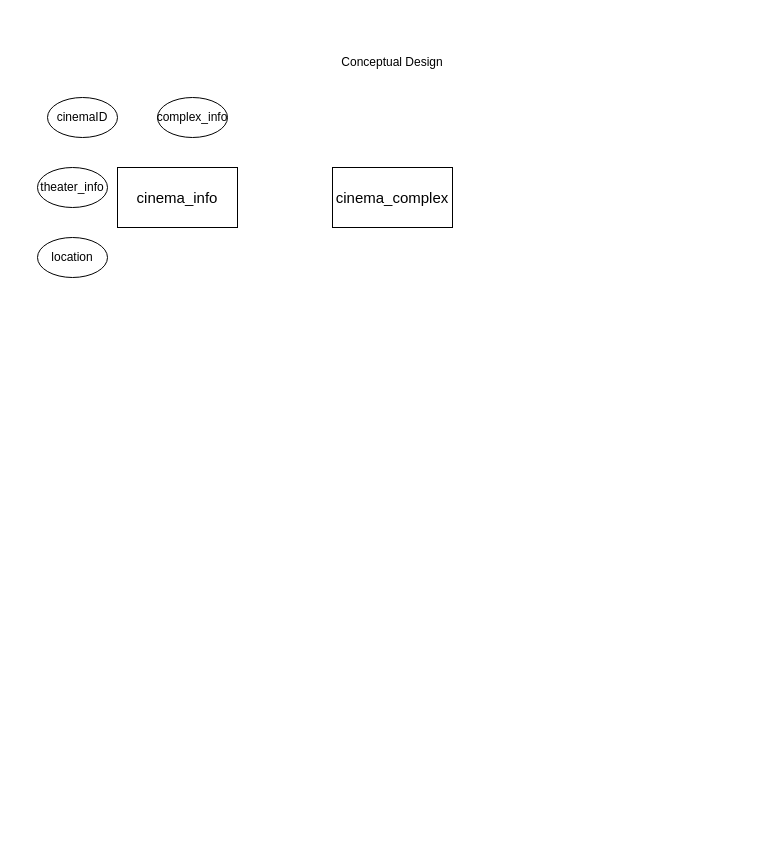
The draw.io diagram eye_candy_cinemas_casestudy.drawio in julieeesy/data_modelling_workshop, before the edit. Source tidied: cells renumbered, new cells numbered last; positions are measured from the earlier drawing's top-left corner, leaving out a move shared by most shapes. Both pictures are drawn from the tidied source at 100%, with x=0, y=0 at pixel (37, 47).
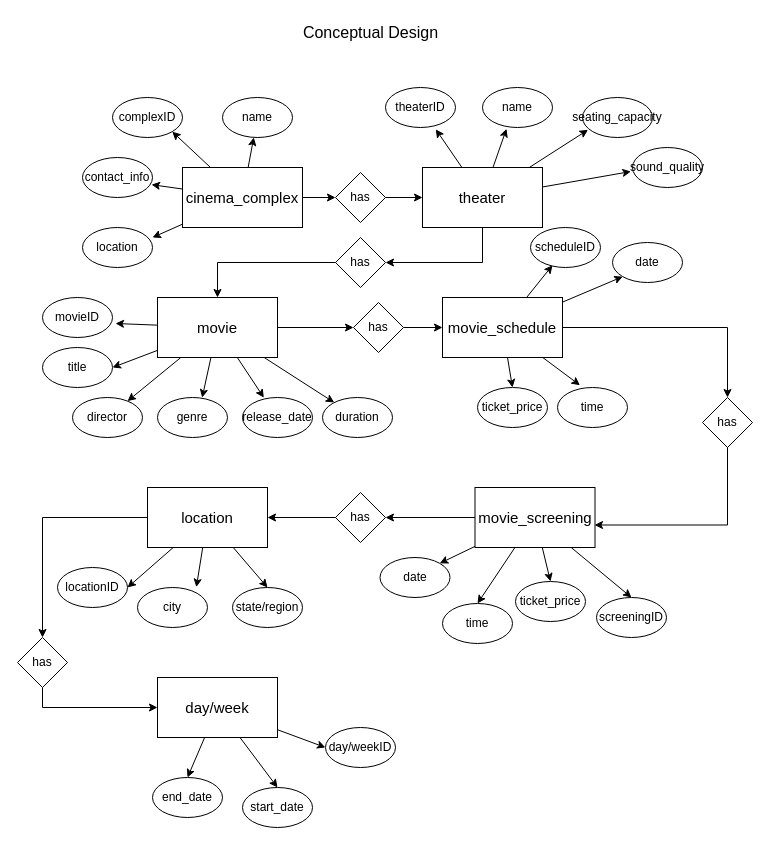
The same diagram, later.

Change to the diagram source:
```diff
@@
-    <mxCell id="2" value="Conceptual Design" style="text;html=1;strokeColor=none;fillColor=none;align=center;verticalAlign=middle;whiteSpace=wrap;rounded=0;" parent="1" vertex="1">
-      <mxGeometry x="295" width="120" height="30" as="geometry" />
+    <mxCell id="2" value="Conceptual Design" style="text;html=1;strokeColor=none;fillColor=none;align=center;verticalAlign=middle;whiteSpace=wrap;rounded=0;fontSize=16;" parent="1" vertex="1">
+      <mxGeometry x="261" y="-30" width="145" height="30" as="geometry" />
     </mxCell>
+    <mxCell id="9" style="rounded=0;jettySize=auto;html=1;" parent="1" edge="1" source="3" target="8">
+      <mxGeometry relative="1" as="geometry" />
+    </mxCell>
+    <mxCell id="10" style="rounded=0;jettySize=auto;html=1;entryX=1;entryY=1;entryDx=0;entryDy=0;" parent="1" edge="1" source="3" target="5">
+      <mxGeometry relative="1" as="geometry" />
+    </mxCell>
+    <mxCell id="11" style="rounded=0;jettySize=auto;html=1;entryX=0;entryY=0.5;entryDx=0;entryDy=0;" parent="1" edge="1" source="3" target="56">
+      <mxGeometry relative="1" as="geometry" />
+    </mxCell>
-    <mxCell id="3" value="&lt;font style=&quot;font-size: 15px;&quot;&gt;cinema_info&lt;/font&gt;" style="rounded=0;whiteSpace=wrap;html=1;" parent="1" vertex="1">
-      <mxGeometry x="80" y="120" width="120" height="60" as="geometry" />
+    <mxCell id="3" value="&lt;font style=&quot;font-size: 15px;&quot;&gt;cinema_complex&lt;/font&gt;" style="rounded=0;whiteSpace=wrap;html=1;" parent="1" vertex="1">
+      <mxGeometry x="145" y="120" width="120" height="60" as="geometry" />
     </mxCell>
+    <mxCell id="12" style="edgeStyle=orthogonalEdgeStyle;rounded=0;jettySize=auto;html=1;exitX=0.5;exitY=1;exitDx=0;exitDy=0;entryX=1;entryY=0.5;entryDx=0;entryDy=0;" parent="1" edge="1" source="4" target="62">
+      <mxGeometry relative="1" as="geometry" />
+    </mxCell>
-    <mxCell id="4" value="&lt;span style=&quot;font-size: 15px;&quot;&gt;cinema_complex&lt;/span&gt;" style="rounded=0;whiteSpace=wrap;html=1;" parent="1" vertex="1">
-      <mxGeometry x="295" y="120" width="120" height="60" as="geometry" />
+    <mxCell id="4" value="&lt;span style=&quot;font-size: 15px;&quot;&gt;theater&lt;/span&gt;" style="rounded=0;whiteSpace=wrap;html=1;" parent="1" vertex="1">
+      <mxGeometry x="385" y="120" width="120" height="60" as="geometry" />
     </mxCell>
-    <mxCell id="5" value="cinemaID" style="ellipse;whiteSpace=wrap;html=1;" parent="1" vertex="1">
-      <mxGeometry x="10" y="50" width="70" height="40" as="geometry" />
+    <mxCell id="5" value="complexID" style="ellipse;whiteSpace=wrap;html=1;" parent="1" vertex="1">
+      <mxGeometry x="75" y="50" width="70" height="40" as="geometry" />
     </mxCell>
-    <mxCell id="6" value="theater_info" style="ellipse;whiteSpace=wrap;html=1;" parent="1" vertex="1">
-      <mxGeometry y="120" width="70" height="40" as="geometry" />
+    <mxCell id="6" value="contact_info" style="ellipse;whiteSpace=wrap;html=1;" parent="1" vertex="1">
+      <mxGeometry x="45" y="110" width="70" height="40" as="geometry" />
     </mxCell>
     <mxCell id="7" value="location" style="ellipse;whiteSpace=wrap;html=1;" parent="1" vertex="1">
-      <mxGeometry y="190" width="70" height="40" as="geometry" />
+      <mxGeometry x="45" y="180" width="70" height="40" as="geometry" />
     </mxCell>
-    <mxCell id="8" value="complex_info" style="ellipse;whiteSpace=wrap;html=1;" parent="1" vertex="1">
-      <mxGeometry x="120" y="50" width="70" height="40" as="geometry" />
+    <mxCell id="8" value="name" style="ellipse;whiteSpace=wrap;html=1;" parent="1" vertex="1">
+      <mxGeometry x="185" y="50" width="70" height="40" as="geometry" />
     </mxCell>
+    <mxCell id="13" value="theaterID" style="ellipse;whiteSpace=wrap;html=1;" parent="1" vertex="1">
+      <mxGeometry x="348" y="40" width="70" height="40" as="geometry" />
+    </mxCell>
+    <mxCell id="14" value="name" style="ellipse;whiteSpace=wrap;html=1;" parent="1" vertex="1">
+      <mxGeometry x="445" y="40" width="70" height="40" as="geometry" />
+    </mxCell>
+    <mxCell id="15" value="seating_capacity" style="ellipse;whiteSpace=wrap;html=1;" parent="1" vertex="1">
+      <mxGeometry x="545" y="50" width="70" height="40" as="geometry" />
+    </mxCell>
+    <mxCell id="16" value="sound_quality" style="ellipse;whiteSpace=wrap;html=1;" parent="1" vertex="1">
+      <mxGeometry x="595" y="100" width="70" height="40" as="geometry" />
+    </mxCell>
+    <mxCell id="17" style="rounded=0;jettySize=auto;html=1;entryX=1;entryY=0.5;entryDx=0;entryDy=0;" parent="1" edge="1" source="21" target="23">
+      <mxGeometry relative="1" as="geometry" />
+    </mxCell>
+    <mxCell id="18" style="rounded=0;jettySize=auto;html=1;" parent="1" edge="1" source="21" target="24">
+      <mxGeometry relative="1" as="geometry" />
+    </mxCell>
+    <mxCell id="19" style="rounded=0;jettySize=auto;html=1;" parent="1" edge="1" source="21" target="27">
+      <mxGeometry relative="1" as="geometry" />
+    </mxCell>
+    <mxCell id="20" style="rounded=0;jettySize=auto;html=1;entryX=0;entryY=0.5;entryDx=0;entryDy=0;" parent="1" edge="1" source="21" target="67">
+      <mxGeometry relative="1" as="geometry" />
+    </mxCell>
+    <mxCell id="21" value="&lt;span style=&quot;font-size: 15px;&quot;&gt;movie&lt;/span&gt;" style="rounded=0;whiteSpace=wrap;html=1;" parent="1" vertex="1">
+      <mxGeometry x="120" y="250" width="120" height="60" as="geometry" />
+    </mxCell>
+    <mxCell id="22" value="movieID" style="ellipse;whiteSpace=wrap;html=1;" parent="1" vertex="1">
+      <mxGeometry x="5" y="250" width="70" height="40" as="geometry" />
+    </mxCell>
+    <mxCell id="23" value="title" style="ellipse;whiteSpace=wrap;html=1;" parent="1" vertex="1">
+      <mxGeometry x="5" y="300" width="70" height="40" as="geometry" />
+    </mxCell>
+    <mxCell id="24" value="director" style="ellipse;whiteSpace=wrap;html=1;" parent="1" vertex="1">
+      <mxGeometry x="35" y="350" width="70" height="40" as="geometry" />
+    </mxCell>
+    <mxCell id="25" value="genre" style="ellipse;whiteSpace=wrap;html=1;" parent="1" vertex="1">
+      <mxGeometry x="120" y="350" width="70" height="40" as="geometry" />
+    </mxCell>
+    <mxCell id="26" value="release_date" style="ellipse;whiteSpace=wrap;html=1;" parent="1" vertex="1">
+      <mxGeometry x="205" y="350" width="70" height="40" as="geometry" />
+    </mxCell>
+    <mxCell id="27" value="duration" style="ellipse;whiteSpace=wrap;html=1;" parent="1" vertex="1">
+      <mxGeometry x="285" y="350" width="70" height="40" as="geometry" />
+    </mxCell>
+    <mxCell id="28" style="rounded=0;jettySize=auto;html=1;entryX=0.5;entryY=0;entryDx=0;entryDy=0;" parent="1" edge="1" source="31" target="34">
+      <mxGeometry relative="1" as="geometry" />
+    </mxCell>
+    <mxCell id="29" style="rounded=0;jettySize=auto;html=1;entryX=0;entryY=1;entryDx=0;entryDy=0;" parent="1" edge="1" source="31" target="33">
+      <mxGeometry relative="1" as="geometry" />
+    </mxCell>
+    <mxCell id="30" style="edgeStyle=orthogonalEdgeStyle;rounded=0;jettySize=auto;html=1;entryX=0.5;entryY=0;entryDx=0;entryDy=0;" parent="1" edge="1" source="31" target="70">
+      <mxGeometry relative="1" as="geometry" />
+    </mxCell>
+    <mxCell id="31" value="&lt;span style=&quot;font-size: 15px;&quot;&gt;movie_schedule&lt;/span&gt;" style="rounded=0;whiteSpace=wrap;html=1;" parent="1" vertex="1">
+      <mxGeometry x="405" y="250" width="120" height="60" as="geometry" />
+    </mxCell>
+    <mxCell id="32" value="scheduleID" style="ellipse;whiteSpace=wrap;html=1;" parent="1" vertex="1">
+      <mxGeometry x="493" y="180" width="70" height="40" as="geometry" />
+    </mxCell>
+    <mxCell id="33" value="date" style="ellipse;whiteSpace=wrap;html=1;" parent="1" vertex="1">
+      <mxGeometry x="575" y="195" width="70" height="40" as="geometry" />
+    </mxCell>
+    <mxCell id="34" value="ticket_price" style="ellipse;whiteSpace=wrap;html=1;" parent="1" vertex="1">
+      <mxGeometry x="440" y="340" width="70" height="40" as="geometry" />
+    </mxCell>
+    <mxCell id="35" value="time" style="ellipse;whiteSpace=wrap;html=1;" parent="1" vertex="1">
+      <mxGeometry x="520" y="340" width="70" height="40" as="geometry" />
+    </mxCell>
+    <mxCell id="36" style="rounded=0;jettySize=auto;html=1;entryX=1;entryY=0.5;entryDx=0;entryDy=0;" parent="1" edge="1" source="39" target="40">
+      <mxGeometry relative="1" as="geometry" />
+    </mxCell>
+    <mxCell id="37" style="rounded=0;jettySize=auto;html=1;entryX=0.5;entryY=0;entryDx=0;entryDy=0;" parent="1" edge="1" source="39" target="42">
+      <mxGeometry relative="1" as="geometry" />
+    </mxCell>
+    <mxCell id="38" style="edgeStyle=orthogonalEdgeStyle;rounded=0;jettySize=auto;html=1;entryX=0.5;entryY=0;entryDx=0;entryDy=0;" parent="1" edge="1" source="39" target="80">
+      <mxGeometry relative="1" as="geometry" />
+    </mxCell>
+    <mxCell id="39" value="&lt;span style=&quot;font-size: 15px;&quot;&gt;location&lt;/span&gt;" style="rounded=0;whiteSpace=wrap;html=1;" parent="1" vertex="1">
+      <mxGeometry x="110" y="440" width="120" height="60" as="geometry" />
+    </mxCell>
+    <mxCell id="40" value="locationID" style="ellipse;whiteSpace=wrap;html=1;" parent="1" vertex="1">
+      <mxGeometry x="20" y="520" width="70" height="40" as="geometry" />
+    </mxCell>
+    <mxCell id="41" value="city" style="ellipse;whiteSpace=wrap;html=1;" parent="1" vertex="1">
+      <mxGeometry x="100" y="540" width="70" height="40" as="geometry" />
+    </mxCell>
+    <mxCell id="42" value="state/region" style="ellipse;whiteSpace=wrap;html=1;" parent="1" vertex="1">
+      <mxGeometry x="195" y="540" width="70" height="40" as="geometry" />
+    </mxCell>
+    <mxCell id="43" style="rounded=0;jettySize=auto;html=1;entryX=0.5;entryY=0;entryDx=0;entryDy=0;" parent="1" edge="1" source="48" target="49">
+      <mxGeometry relative="1" as="geometry" />
+    </mxCell>
+    <mxCell id="44" style="rounded=0;jettySize=auto;html=1;entryX=0.5;entryY=0;entryDx=0;entryDy=0;" parent="1" edge="1" source="48" target="52">
+      <mxGeometry relative="1" as="geometry" />
+    </mxCell>
+    <mxCell id="45" style="rounded=0;jettySize=auto;html=1;entryX=0.5;entryY=0;entryDx=0;entryDy=0;" parent="1" edge="1" source="48" target="51">
+      <mxGeometry relative="1" as="geometry" />
+    </mxCell>
+    <mxCell id="46" style="rounded=0;jettySize=auto;html=1;entryX=1;entryY=0;entryDx=0;entryDy=0;" parent="1" edge="1" source="48" target="50">
+      <mxGeometry relative="1" as="geometry" />
+    </mxCell>
+    <mxCell id="47" style="edgeStyle=orthogonalEdgeStyle;rounded=0;jettySize=auto;html=1;entryX=1;entryY=0.5;entryDx=0;entryDy=0;" parent="1" edge="1" source="48" target="73">
+      <mxGeometry relative="1" as="geometry" />
+    </mxCell>
+    <mxCell id="48" value="&lt;span style=&quot;font-size: 15px;&quot;&gt;movie_screening&lt;/span&gt;" style="rounded=0;whiteSpace=wrap;html=1;" parent="1" vertex="1">
+      <mxGeometry x="437.5" y="440" width="120" height="60" as="geometry" />
+    </mxCell>
+    <mxCell id="49" value="screeningID" style="ellipse;whiteSpace=wrap;html=1;" parent="1" vertex="1">
+      <mxGeometry x="559" y="550" width="70" height="40" as="geometry" />
+    </mxCell>
+    <mxCell id="50" value="date" style="ellipse;whiteSpace=wrap;html=1;" parent="1" vertex="1">
+      <mxGeometry x="342.5" y="510" width="70" height="40" as="geometry" />
+    </mxCell>
+    <mxCell id="51" value="time" style="ellipse;whiteSpace=wrap;html=1;" parent="1" vertex="1">
+      <mxGeometry x="405" y="556" width="70" height="40" as="geometry" />
+    </mxCell>
+    <mxCell id="52" value="ticket_price" style="ellipse;whiteSpace=wrap;html=1;" parent="1" vertex="1">
+      <mxGeometry x="478" y="534" width="70" height="40" as="geometry" />
+    </mxCell>
+    <mxCell id="53" style="rounded=0;jettySize=auto;html=1;entryX=0.986;entryY=0.679;entryDx=0;entryDy=0;entryPerimeter=0;" parent="1" edge="1" source="3" target="6">
+      <mxGeometry relative="1" as="geometry" />
+    </mxCell>
+    <mxCell id="54" style="rounded=0;jettySize=auto;html=1;entryX=1;entryY=0.25;entryDx=0;entryDy=0;entryPerimeter=0;" parent="1" edge="1" source="3" target="7">
+      <mxGeometry relative="1" as="geometry" />
+    </mxCell>
+    <mxCell id="55" style="edgeStyle=orthogonalEdgeStyle;rounded=0;jettySize=auto;html=1;entryX=0;entryY=0.5;entryDx=0;entryDy=0;" parent="1" edge="1" source="56" target="4">
+      <mxGeometry relative="1" as="geometry" />
+    </mxCell>
+    <mxCell id="56" value="has" style="rhombus;whiteSpace=wrap;html=1;" parent="1" vertex="1">
+      <mxGeometry x="298" y="125" width="50" height="50" as="geometry" />
+    </mxCell>
+    <mxCell id="57" style="rounded=0;jettySize=auto;html=1;entryX=0.718;entryY=1.045;entryDx=0;entryDy=0;entryPerimeter=0;" parent="1" edge="1" source="4" target="13">
+      <mxGeometry relative="1" as="geometry" />
+    </mxCell>
+    <mxCell id="58" style="rounded=0;jettySize=auto;html=1;entryX=0.343;entryY=1.032;entryDx=0;entryDy=0;entryPerimeter=0;" parent="1" edge="1" source="4" target="14">
+      <mxGeometry relative="1" as="geometry" />
+    </mxCell>
+    <mxCell id="59" style="rounded=0;jettySize=auto;html=1;entryX=0.079;entryY=0.808;entryDx=0;entryDy=0;entryPerimeter=0;" parent="1" edge="1" source="4" target="15">
+      <mxGeometry relative="1" as="geometry" />
+    </mxCell>
+    <mxCell id="60" style="rounded=0;jettySize=auto;html=1;entryX=-0.023;entryY=0.6;entryDx=0;entryDy=0;entryPerimeter=0;" parent="1" edge="1" source="4" target="16">
+      <mxGeometry relative="1" as="geometry" />
+    </mxCell>
+    <mxCell id="61" style="edgeStyle=orthogonalEdgeStyle;rounded=0;jettySize=auto;html=1;entryX=0.5;entryY=0;entryDx=0;entryDy=0;" parent="1" edge="1" source="62" target="21">
+      <mxGeometry relative="1" as="geometry" />
+    </mxCell>
+    <mxCell id="62" value="has" style="rhombus;whiteSpace=wrap;html=1;" parent="1" vertex="1">
+      <mxGeometry x="298" y="190" width="50" height="50" as="geometry" />
+    </mxCell>
+    <mxCell id="63" style="rounded=0;jettySize=auto;html=1;entryX=1.043;entryY=0.65;entryDx=0;entryDy=0;entryPerimeter=0;" parent="1" edge="1" source="21" target="22">
+      <mxGeometry relative="1" as="geometry" />
+    </mxCell>
+    <mxCell id="64" style="rounded=0;jettySize=auto;html=1;entryX=0.638;entryY=0.004;entryDx=0;entryDy=0;entryPerimeter=0;" parent="1" edge="1" source="21" target="25">
+      <mxGeometry relative="1" as="geometry" />
+    </mxCell>
+    <mxCell id="65" style="rounded=0;jettySize=auto;html=1;entryX=0.305;entryY=0.004;entryDx=0;entryDy=0;entryPerimeter=0;" parent="1" edge="1" source="21" target="26">
+      <mxGeometry relative="1" as="geometry" />
+    </mxCell>
+    <mxCell id="66" style="rounded=0;jettySize=auto;html=1;entryX=0;entryY=0.5;entryDx=0;entryDy=0;" parent="1" edge="1" source="67" target="31">
+      <mxGeometry relative="1" as="geometry" />
+    </mxCell>
+    <mxCell id="67" value="has" style="rhombus;whiteSpace=wrap;html=1;" parent="1" vertex="1">
+      <mxGeometry x="316" y="255" width="50" height="50" as="geometry" />
+    </mxCell>
+    <mxCell id="68" style="rounded=0;jettySize=auto;html=1;entryX=0.321;entryY=-0.056;entryDx=0;entryDy=0;entryPerimeter=0;" parent="1" edge="1" source="31" target="35">
+      <mxGeometry relative="1" as="geometry" />
+    </mxCell>
+    <mxCell id="69" style="rounded=0;jettySize=auto;html=1;entryX=0.314;entryY=0.944;entryDx=0;entryDy=0;entryPerimeter=0;" parent="1" edge="1" source="31" target="32">
+      <mxGeometry relative="1" as="geometry" />
+    </mxCell>
+    <mxCell id="70" value="has" style="rhombus;whiteSpace=wrap;html=1;" parent="1" vertex="1">
+      <mxGeometry x="665" y="350" width="50" height="50" as="geometry" />
+    </mxCell>
+    <mxCell id="71" style="edgeStyle=orthogonalEdgeStyle;rounded=0;jettySize=auto;html=1;entryX=0.996;entryY=0.625;entryDx=0;entryDy=0;entryPerimeter=0;" parent="1" edge="1" source="70" target="48">
+      <mxGeometry relative="1" as="geometry">
+        <Array as="points">
+          <mxPoint x="690" y="478" />
+        </Array>
+      </mxGeometry>
+    </mxCell>
+    <mxCell id="72" style="edgeStyle=orthogonalEdgeStyle;rounded=0;jettySize=auto;html=1;exitX=0;exitY=0.5;exitDx=0;exitDy=0;entryX=1;entryY=0.5;entryDx=0;entryDy=0;" parent="1" edge="1" source="73" target="39">
+      <mxGeometry relative="1" as="geometry" />
+    </mxCell>
+    <mxCell id="73" value="has" style="rhombus;whiteSpace=wrap;html=1;" parent="1" vertex="1">
+      <mxGeometry x="298" y="445" width="50" height="50" as="geometry" />
+    </mxCell>
+    <mxCell id="74" style="rounded=0;jettySize=auto;html=1;entryX=0.841;entryY=-0.009;entryDx=0;entryDy=0;entryPerimeter=0;" parent="1" edge="1" source="39" target="41">
+      <mxGeometry relative="1" as="geometry" />
+    </mxCell>
+    <mxCell id="75" style="rounded=0;jettySize=auto;html=1;entryX=0.5;entryY=0;entryDx=0;entryDy=0;" parent="1" edge="1" source="78" target="83">
+      <mxGeometry relative="1" as="geometry" />
+    </mxCell>
+    <mxCell id="76" style="rounded=0;jettySize=auto;html=1;entryX=0.5;entryY=0;entryDx=0;entryDy=0;" parent="1" edge="1" source="78" target="82">
+      <mxGeometry relative="1" as="geometry" />
+    </mxCell>
+    <mxCell id="77" style="rounded=0;jettySize=auto;html=1;entryX=0;entryY=0.5;entryDx=0;entryDy=0;" parent="1" edge="1" source="78" target="81">
+      <mxGeometry relative="1" as="geometry" />
+    </mxCell>
+    <mxCell id="78" value="&lt;span style=&quot;font-size: 15px;&quot;&gt;day/week&lt;/span&gt;" style="rounded=0;whiteSpace=wrap;html=1;" parent="1" vertex="1">
+      <mxGeometry x="120" y="630" width="120" height="60" as="geometry" />
+    </mxCell>
+    <mxCell id="79" style="edgeStyle=orthogonalEdgeStyle;rounded=0;jettySize=auto;html=1;exitX=0.5;exitY=1;exitDx=0;exitDy=0;entryX=0;entryY=0.5;entryDx=0;entryDy=0;" parent="1" edge="1" source="80" target="78">
+      <mxGeometry relative="1" as="geometry" />
+    </mxCell>
+    <mxCell id="80" value="has" style="rhombus;whiteSpace=wrap;html=1;" parent="1" vertex="1">
+      <mxGeometry x="-20" y="590" width="50" height="50" as="geometry" />
+    </mxCell>
+    <mxCell id="81" value="day/weekID" style="ellipse;whiteSpace=wrap;html=1;" parent="1" vertex="1">
+      <mxGeometry x="288" y="680" width="70" height="40" as="geometry" />
+    </mxCell>
+    <mxCell id="82" value="start_date" style="ellipse;whiteSpace=wrap;html=1;" parent="1" vertex="1">
+      <mxGeometry x="205" y="740" width="70" height="40" as="geometry" />
+    </mxCell>
+    <mxCell id="83" value="end_date" style="ellipse;whiteSpace=wrap;html=1;" parent="1" vertex="1">
+      <mxGeometry x="115" y="730" width="70" height="40" as="geometry" />
+    </mxCell>
```
